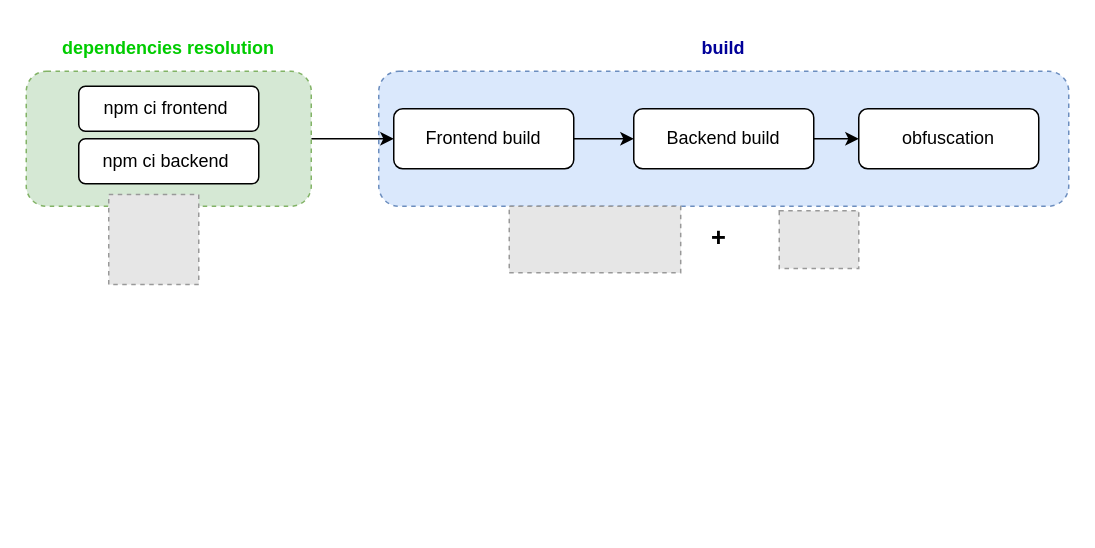
Above: NodejsWebpack.drawio in claytonbrown/aws-drawing (draw.io), before the change. Source tidied: cells renumbered, new cells numbered last; positions are measured from the earlier drawing's top-left corner, leaving out a move shared by most shapes. Both pictures are drawn from the tidied source at 150%, with x=0, y=0 at pixel (26, 26). Pictures stored in the file or linked from it are replaced by grey dashed boxes.
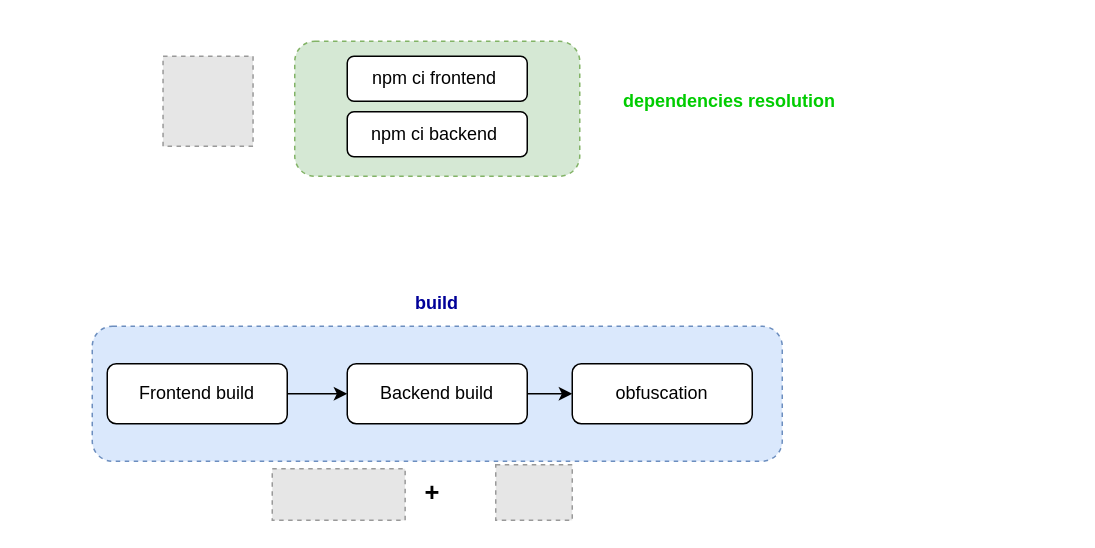
The same diagram, later.

The edit, as a diff of the source:
```diff
@@
 <mxGraphModel>
   <root>
     <mxCell id="0" />
     <mxCell id="1" parent="0" />
     <mxCell id="2" style="rounded=1;whiteSpace=wrap;html=1;dashed=1;fillColor=#dae8fc;strokeColor=#6c8ebf;" parent="1" vertex="1">
-      <mxGeometry x="235" y="30" width="460" height="90" as="geometry" />
+      <mxGeometry x="44" y="200" width="460" height="90" as="geometry" />
     </mxCell>
-    <mxCell id="3" style="edgeStyle=orthogonalEdgeStyle;rounded=0;jettySize=auto;html=1;fontSize=17;fontColor=#000099;strokeColor=#000000;" parent="1" edge="1" source="4" target="9">
-      <mxGeometry relative="1" as="geometry" />
-    </mxCell>
     <mxCell id="4" style="rounded=1;whiteSpace=wrap;html=1;dashed=1;fillColor=#d5e8d4;strokeColor=#82b366;" parent="1" vertex="1">
-      <mxGeometry y="30" width="190" height="90" as="geometry" />
+      <mxGeometry x="179" y="10" width="190" height="90" as="geometry" />
     </mxCell>
     <mxCell id="5" value="npm ci frontend&amp;nbsp;" style="rounded=1;whiteSpace=wrap;html=1;" parent="1" vertex="1">
-      <mxGeometry x="35" y="40" width="120" height="30" as="geometry" />
+      <mxGeometry x="214" y="20" width="120" height="30" as="geometry" />
     </mxCell>
     <mxCell id="6" value="npm ci backend&amp;nbsp;" style="rounded=1;whiteSpace=wrap;html=1;" parent="1" vertex="1">
-      <mxGeometry x="35" y="75" width="120" height="30" as="geometry" />
+      <mxGeometry x="214" y="57" width="120" height="30" as="geometry" />
     </mxCell>
     <mxCell id="7" value="dependencies resolution" style="text;html=1;strokeColor=none;fillColor=none;align=center;verticalAlign=middle;whiteSpace=wrap;rounded=0;dashed=1;fontColor=#00CC00;fontStyle=1;" parent="1" vertex="1">
-      <mxGeometry x="21.2" width="147.5" height="30" as="geometry" />
+      <mxGeometry x="395" y="35" width="147.5" height="30" as="geometry" />
     </mxCell>
     <mxCell id="8" style="edgeStyle=orthogonalEdgeStyle;rounded=0;jettySize=auto;html=1;entryX=0;entryY=0.5;entryDx=0;entryDy=0;fontColor=#6600CC;strokeColor=#000000;" parent="1" edge="1" source="9" target="11">
       <mxGeometry relative="1" as="geometry" />
     </mxCell>
     <mxCell id="9" value="Frontend build" style="rounded=1;whiteSpace=wrap;html=1;" parent="1" vertex="1">
-      <mxGeometry x="245" y="55" width="120" height="40" as="geometry" />
+      <mxGeometry x="54" y="225" width="120" height="40" as="geometry" />
     </mxCell>
     <mxCell id="10" style="edgeStyle=orthogonalEdgeStyle;rounded=0;jettySize=auto;html=1;fontSize=17;" parent="1" edge="1" source="11" target="16">
       <mxGeometry relative="1" as="geometry" />
     </mxCell>
     <mxCell id="11" value="Backend build" style="rounded=1;whiteSpace=wrap;html=1;" parent="1" vertex="1">
-      <mxGeometry x="405" y="55" width="120" height="40" as="geometry" />
+      <mxGeometry x="214" y="225" width="120" height="40" as="geometry" />
     </mxCell>
     <mxCell id="12" style="fillColor=#E6E6E6;strokeColor=#999999;dashed=1;html=1;verticalAlign=top;verticalLabelPosition=bottom;labelBackgroundColor=#ffffff;" parent="1" vertex="1">
-      <mxGeometry x="55" y="112.2" width="60" height="60" as="geometry" />
+      <mxGeometry x="91.2" y="20" width="60" height="60" as="geometry" />
     </mxCell>
     <mxCell id="13" style="fillColor=#E6E6E6;strokeColor=#999999;dashed=1;verticalLabelPosition=bottom;labelBackgroundColor=default;verticalAlign=top;" parent="1" vertex="1">
-      <mxGeometry x="322" y="120" width="114.3" height="44.4" as="geometry" />
+      <mxGeometry x="164" y="295" width="88.6" height="34.4" as="geometry" />
     </mxCell>
     <mxCell id="14" style="fillColor=#E6E6E6;strokeColor=#999999;dashed=1;verticalLabelPosition=bottom;labelBackgroundColor=default;verticalAlign=top;" parent="1" vertex="1">
-      <mxGeometry x="502" y="123" width="53" height="38.5" as="geometry" />
+      <mxGeometry x="313" y="292.4" width="51" height="37" as="geometry" />
     </mxCell>
     <mxCell id="15" value="&lt;b&gt;&lt;font style=&quot;font-size: 17px&quot;&gt;+&lt;/font&gt;&lt;/b&gt;" style="text;html=1;strokeColor=none;fillColor=none;align=center;verticalAlign=middle;whiteSpace=wrap;rounded=0;" parent="1" vertex="1">
-      <mxGeometry x="432" y="127.2" width="60" height="30" as="geometry" />
+      <mxGeometry x="241" y="297.2" width="60" height="30" as="geometry" />
     </mxCell>
     <mxCell id="16" value="obfuscation" style="rounded=1;whiteSpace=wrap;html=1;" parent="1" vertex="1">
-      <mxGeometry x="555" y="55" width="120" height="40" as="geometry" />
+      <mxGeometry x="364" y="225" width="120" height="40" as="geometry" />
     </mxCell>
     <mxCell id="17" value="&lt;font color=&quot;#000099&quot;&gt;build&lt;/font&gt;" style="text;html=1;strokeColor=none;fillColor=none;align=center;verticalAlign=middle;whiteSpace=wrap;rounded=0;dashed=1;fontColor=#00CC00;fontStyle=1;" parent="1" vertex="1">
-      <mxGeometry x="391.2" width="147.5" height="30" as="geometry" />
+      <mxGeometry x="200.2" y="170" width="147.5" height="30" as="geometry" />
     </mxCell>
   </root>
 </mxGraphModel>
```
